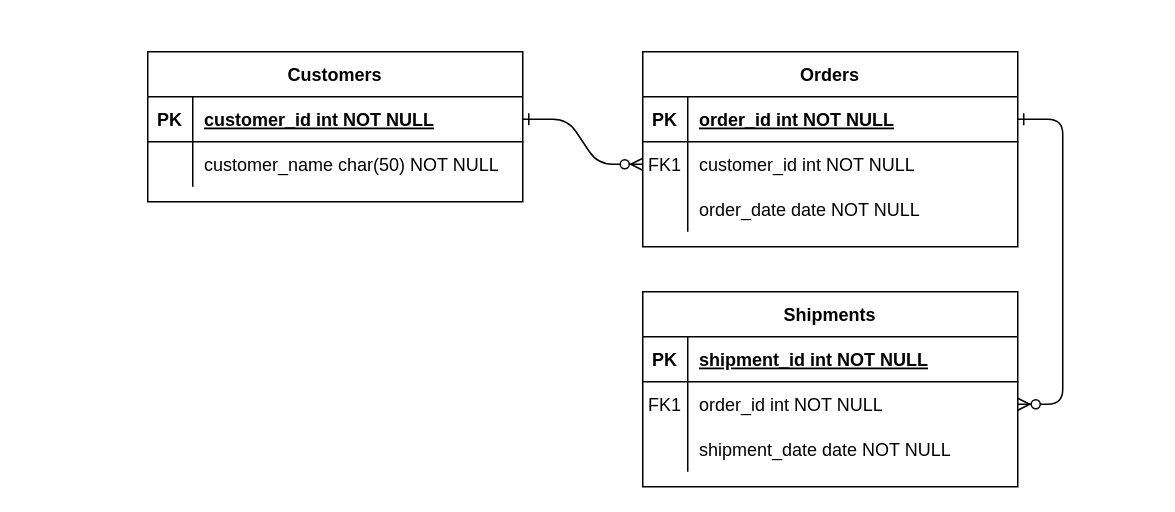
Above: MER Tipificaciones.drawio in nonate/personalProject (draw.io), before the change. Source tidied: cells renumbered, new cells numbered last; positions are measured from the earlier drawing's top-left corner, leaving out a move shared by most shapes. Both pictures are drawn from the tidied source at 150%, with x=0, y=0 at pixel (147, 51).
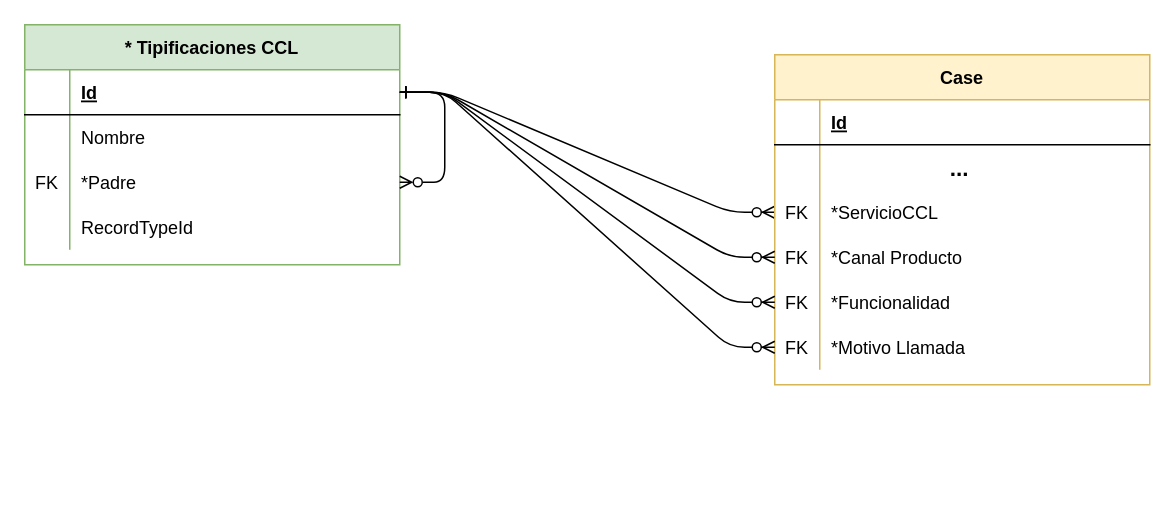
Above is the later version.

Unchanged cells that the change refers to:
```xml
<mxCell id="5" style="shape=partialRectangle;fillColor=none;points=[[0,0.5],[1,0.5]];portConstraint=eastwest;top=0;left=0;right=0;bottom=1;" parent="4" vertex="1">
  <mxGeometry y="30" width="250" height="30" as="geometry" />
</mxCell>
<mxCell id="8" style="shape=partialRectangle;fillColor=none;points=[[0,0.5],[1,0.5]];portConstraint=eastwest;top=0;left=0;right=0;bottom=0;" parent="4" vertex="1">
  <mxGeometry y="60" width="250" height="30" as="geometry" />
</mxCell>
<mxCell id="11" style="shape=partialRectangle;fillColor=none;points=[[0,0.5],[1,0.5]];portConstraint=eastwest;top=0;left=0;right=0;bottom=0;" parent="4" vertex="1">
  <mxGeometry y="90" width="250" height="30" as="geometry" />
</mxCell>
<mxCell id="25" style="shape=partialRectangle;fillColor=none;points=[[0,0.5],[1,0.5]];portConstraint=eastwest;top=0;left=0;right=0;bottom=1;" parent="24" vertex="1">
  <mxGeometry y="30" width="250" height="30" as="geometry" />
</mxCell>
<mxCell id="28" style="shape=partialRectangle;fillColor=none;top=0;left=0;right=0;bottom=0;" parent="24" vertex="1">
  <mxGeometry y="60" width="250" height="30" as="geometry" />
</mxCell>
```

What changed in the source:
```diff
@@
-    <mxCell id="2" style="edgeStyle=entityRelationEdgeStyle;endArrow=ERzeroToMany;startArrow=ERone;endFill=1;startFill=0;" parent="1" edge="1" source="25" target="8">
+    <mxCell id="2" style="edgeStyle=entityRelationEdgeStyle;endArrow=ERzeroToMany;startArrow=ERone;endFill=1;startFill=0;entryX=0;entryY=0.5;entryDx=0;entryDy=0;" parent="1" edge="1" source="25" target="11">
       <mxGeometry relative="1" as="geometry" />
     </mxCell>
-    <mxCell id="3" style="edgeStyle=entityRelationEdgeStyle;endArrow=ERzeroToMany;startArrow=ERone;endFill=1;startFill=0;" parent="1" edge="1" source="5" target="18">
-      <mxGeometry relative="1" as="geometry" />
-    </mxCell>
-    <mxCell id="4" value="Orders" style="shape=table;startSize=30;childLayout=tableLayout;rowLines=0;fontStyle=1;align=center;" parent="1" vertex="1">
-      <mxGeometry x="330" width="250" height="130" as="geometry" />
+    <mxCell id="4" value="Case" style="shape=table;startSize=30;childLayout=tableLayout;rowLines=0;fontStyle=1;align=center;fillColor=#fff2cc;strokeColor=#d6b656;" parent="1" vertex="1">
+      <mxGeometry x="418" y="2" width="250" height="220" as="geometry" />
     </mxCell>
@@
-    <mxCell id="6" value="PK" style="shape=partialRectangle;overflow=hidden;fillColor=none;top=0;left=0;bottom=0;right=0;fontStyle=1;" parent="5" vertex="1">
+    <mxCell id="6" style="shape=partialRectangle;overflow=hidden;fillColor=none;top=0;left=0;bottom=0;right=0;fontStyle=1;" parent="5" vertex="1">
       <mxGeometry width="30" height="30" as="geometry" />
     </mxCell>
-    <mxCell id="7" value="order_id int NOT NULL " style="shape=partialRectangle;overflow=hidden;fillColor=none;top=0;left=0;bottom=0;right=0;align=left;spacingLeft=6;fontStyle=5;" parent="5" vertex="1">
+    <mxCell id="7" value="Id" style="shape=partialRectangle;overflow=hidden;fillColor=none;top=0;left=0;bottom=0;right=0;align=left;spacingLeft=6;fontStyle=5;" parent="5" vertex="1">
       <mxGeometry x="30" width="220" height="30" as="geometry" />
     </mxCell>
@@
-    <mxCell id="9" value="FK1" style="shape=partialRectangle;overflow=hidden;fillColor=none;top=0;left=0;bottom=0;right=0;" parent="8" vertex="1">
+    <mxCell id="9" style="shape=partialRectangle;overflow=hidden;fillColor=none;top=0;left=0;bottom=0;right=0;" parent="8" vertex="1">
       <mxGeometry width="30" height="30" as="geometry" />
     </mxCell>
-    <mxCell id="10" value="customer_id int NOT NULL" style="shape=partialRectangle;overflow=hidden;fillColor=none;top=0;left=0;bottom=0;right=0;align=left;spacingLeft=6;" parent="8" vertex="1">
+    <mxCell id="10" value="                   ..." style="shape=partialRectangle;overflow=hidden;fillColor=none;top=0;left=0;bottom=0;right=0;align=left;spacingLeft=6;fontStyle=1;fontSize=15;" parent="8" vertex="1">
       <mxGeometry x="30" width="220" height="30" as="geometry" />
     </mxCell>
@@
-    <mxCell id="12" style="shape=partialRectangle;overflow=hidden;fillColor=none;top=0;left=0;bottom=0;right=0;" parent="11" vertex="1">
+    <mxCell id="12" value="FK" style="shape=partialRectangle;overflow=hidden;fillColor=none;top=0;left=0;bottom=0;right=0;" parent="11" vertex="1">
       <mxGeometry width="30" height="30" as="geometry" />
     </mxCell>
-    <mxCell id="13" value="order_date date NOT NULL" style="shape=partialRectangle;overflow=hidden;fillColor=none;top=0;left=0;bottom=0;right=0;align=left;spacingLeft=6;" parent="11" vertex="1">
+    <mxCell id="13" value="*ServicioCCL" style="shape=partialRectangle;overflow=hidden;fillColor=none;top=0;left=0;bottom=0;right=0;align=left;spacingLeft=6;" parent="11" vertex="1">
       <mxGeometry x="30" width="220" height="30" as="geometry" />
     </mxCell>
-    <mxCell id="14" value="Shipments" style="shape=table;startSize=30;childLayout=tableLayout;rowLines=0;fontStyle=1;align=center;" parent="1" vertex="1">
-      <mxGeometry x="330" y="160" width="250" height="130" as="geometry" />
-    </mxCell>
-    <mxCell id="15" style="shape=partialRectangle;fillColor=none;top=0;left=0;right=0;bottom=1;" parent="14" vertex="1">
-      <mxGeometry y="30" width="250" height="30" as="geometry" />
-    </mxCell>
-    <mxCell id="16" value="PK" style="shape=partialRectangle;overflow=hidden;fillColor=none;top=0;left=0;bottom=0;right=0;fontStyle=1;" parent="15" vertex="1">
-      <mxGeometry width="30" height="30" as="geometry" />
-    </mxCell>
-    <mxCell id="17" value="shipment_id int NOT NULL " style="shape=partialRectangle;overflow=hidden;fillColor=none;top=0;left=0;bottom=0;right=0;align=left;spacingLeft=6;fontStyle=5;" parent="15" vertex="1">
-      <mxGeometry x="30" width="220" height="30" as="geometry" />
-    </mxCell>
-    <mxCell id="18" style="shape=partialRectangle;fillColor=none;points=[[0,0.5],[1,0.5]];portConstraint=eastwest;top=0;left=0;right=0;bottom=0;" parent="14" vertex="1">
-      <mxGeometry y="60" width="250" height="30" as="geometry" />
-    </mxCell>
-    <mxCell id="19" value="FK1" style="shape=partialRectangle;overflow=hidden;fillColor=none;top=0;left=0;bottom=0;right=0;" parent="18" vertex="1">
-      <mxGeometry width="30" height="30" as="geometry" />
-    </mxCell>
-    <mxCell id="20" value="order_id int NOT NULL" style="shape=partialRectangle;overflow=hidden;fillColor=none;top=0;left=0;bottom=0;right=0;align=left;spacingLeft=6;" parent="18" vertex="1">
-      <mxGeometry x="30" width="220" height="30" as="geometry" />
-    </mxCell>
-    <mxCell id="21" style="shape=partialRectangle;fillColor=none;points=[[0,0.5],[1,0.5]];portConstraint=eastwest;top=0;left=0;right=0;bottom=0;" parent="14" vertex="1">
-      <mxGeometry y="90" width="250" height="30" as="geometry" />
-    </mxCell>
-    <mxCell id="22" style="shape=partialRectangle;overflow=hidden;fillColor=none;top=0;left=0;bottom=0;right=0;" parent="21" vertex="1">
-      <mxGeometry width="30" height="30" as="geometry" />
-    </mxCell>
-    <mxCell id="23" value="shipment_date date NOT NULL" style="shape=partialRectangle;overflow=hidden;fillColor=none;top=0;left=0;bottom=0;right=0;align=left;spacingLeft=6;" parent="21" vertex="1">
-      <mxGeometry x="30" width="220" height="30" as="geometry" />
-    </mxCell>
+    <mxCell id="31" style="shape=partialRectangle;fillColor=none;points=[[0,0.5],[1,0.5]];portConstraint=eastwest;top=0;left=0;right=0;bottom=0;" parent="4" vertex="1">
+      <mxGeometry y="120" width="250" height="30" as="geometry" />
+    </mxCell>
+    <mxCell id="32" value="FK" style="shape=partialRectangle;overflow=hidden;fillColor=none;top=0;left=0;bottom=0;right=0;" parent="31" vertex="1">
+      <mxGeometry width="30" height="30" as="geometry" />
+    </mxCell>
+    <mxCell id="33" value="*Canal Producto" style="shape=partialRectangle;overflow=hidden;fillColor=none;top=0;left=0;bottom=0;right=0;align=left;spacingLeft=6;" parent="31" vertex="1">
+      <mxGeometry x="30" width="220" height="30" as="geometry" />
+    </mxCell>
+    <mxCell id="34" style="shape=partialRectangle;fillColor=none;points=[[0,0.5],[1,0.5]];portConstraint=eastwest;top=0;left=0;right=0;bottom=0;" parent="4" vertex="1">
+      <mxGeometry y="150" width="250" height="30" as="geometry" />
+    </mxCell>
+    <mxCell id="35" value="FK" style="shape=partialRectangle;overflow=hidden;fillColor=none;top=0;left=0;bottom=0;right=0;" parent="34" vertex="1">
+      <mxGeometry width="30" height="30" as="geometry" />
+    </mxCell>
+    <mxCell id="36" value="*Funcionalidad" style="shape=partialRectangle;overflow=hidden;fillColor=none;top=0;left=0;bottom=0;right=0;align=left;spacingLeft=6;" parent="34" vertex="1">
+      <mxGeometry x="30" width="220" height="30" as="geometry" />
+    </mxCell>
+    <mxCell id="37" style="shape=partialRectangle;fillColor=none;points=[[0,0.5],[1,0.5]];portConstraint=eastwest;top=0;left=0;right=0;bottom=0;" parent="4" vertex="1">
+      <mxGeometry y="180" width="250" height="30" as="geometry" />
+    </mxCell>
+    <mxCell id="38" value="FK" style="shape=partialRectangle;overflow=hidden;fillColor=none;top=0;left=0;bottom=0;right=0;" parent="37" vertex="1">
+      <mxGeometry width="30" height="30" as="geometry" />
+    </mxCell>
+    <mxCell id="39" value="*Motivo Llamada" style="shape=partialRectangle;overflow=hidden;fillColor=none;top=0;left=0;bottom=0;right=0;align=left;spacingLeft=6;" parent="37" vertex="1">
+      <mxGeometry x="30" width="220" height="30" as="geometry" />
+    </mxCell>
-    <mxCell id="24" value="Customers" style="shape=table;startSize=30;childLayout=tableLayout;rowLines=0;fontStyle=1;align=center;" parent="1" vertex="1">
-      <mxGeometry width="250" height="100" as="geometry" />
+    <mxCell id="24" value="* Tipificaciones CCL" style="shape=table;startSize=30;childLayout=tableLayout;rowLines=0;fontStyle=1;align=center;fillColor=#d5e8d4;strokeColor=#82b366;" parent="1" vertex="1">
+      <mxGeometry x="-82" y="-18" width="250" height="160" as="geometry" />
     </mxCell>
@@
-    <mxCell id="26" value="PK" style="shape=partialRectangle;overflow=hidden;fillColor=none;top=0;left=0;bottom=0;right=0;fontStyle=1;" parent="25" vertex="1">
+    <mxCell id="26" style="shape=partialRectangle;overflow=hidden;fillColor=none;top=0;left=0;bottom=0;right=0;fontStyle=1;" parent="25" vertex="1">
       <mxGeometry width="30" height="30" as="geometry" />
     </mxCell>
-    <mxCell id="27" value="customer_id int NOT NULL " style="shape=partialRectangle;overflow=hidden;fillColor=none;top=0;left=0;bottom=0;right=0;align=left;spacingLeft=6;fontStyle=5;" parent="25" vertex="1">
+    <mxCell id="27" value="Id" style="shape=partialRectangle;overflow=hidden;fillColor=none;top=0;left=0;bottom=0;right=0;align=left;spacingLeft=6;fontStyle=5;" parent="25" vertex="1">
       <mxGeometry x="30" width="220" height="30" as="geometry" />
     </mxCell>
@@
-    <mxCell id="30" value="customer_name char(50) NOT NULL" style="shape=partialRectangle;overflow=hidden;fillColor=none;top=0;left=0;bottom=0;right=0;align=left;spacingLeft=6;" parent="28" vertex="1">
+    <mxCell id="30" value="Nombre" style="shape=partialRectangle;overflow=hidden;fillColor=none;top=0;left=0;bottom=0;right=0;align=left;spacingLeft=6;" parent="28" vertex="1">
       <mxGeometry x="30" width="220" height="30" as="geometry" />
     </mxCell>
+    <mxCell id="21" style="shape=partialRectangle;fillColor=none;points=[[0,0.5],[1,0.5]];portConstraint=eastwest;top=0;left=0;right=0;bottom=0;" parent="24" vertex="1">
+      <mxGeometry y="90" width="250" height="30" as="geometry" />
+    </mxCell>
+    <mxCell id="40" value="FK" style="shape=partialRectangle;overflow=hidden;fillColor=none;top=0;left=0;bottom=0;right=0;" parent="21" vertex="1">
+      <mxGeometry width="30" height="30" as="geometry" />
+    </mxCell>
+    <mxCell id="41" value="*Padre" style="shape=partialRectangle;overflow=hidden;fillColor=none;top=0;left=0;bottom=0;right=0;align=left;spacingLeft=6;" parent="21" vertex="1">
+      <mxGeometry x="30" width="220" height="30" as="geometry" />
+    </mxCell>
+    <mxCell id="42" style="shape=partialRectangle;fillColor=none;top=0;left=0;right=0;bottom=0;" parent="24" vertex="1">
+      <mxGeometry y="120" width="250" height="30" as="geometry" />
+    </mxCell>
+    <mxCell id="22" style="shape=partialRectangle;overflow=hidden;fillColor=none;top=0;left=0;bottom=0;right=0;" parent="42" vertex="1">
+      <mxGeometry width="30" height="30" as="geometry" />
+    </mxCell>
+    <mxCell id="43" value="RecordTypeId" style="shape=partialRectangle;overflow=hidden;fillColor=none;top=0;left=0;bottom=0;right=0;align=left;spacingLeft=6;" parent="42" vertex="1">
+      <mxGeometry x="30" width="220" height="30" as="geometry" />
+    </mxCell>
+    <mxCell id="44" style="edgeStyle=entityRelationEdgeStyle;endArrow=ERzeroToMany;startArrow=ERone;endFill=0;startFill=0;exitX=1;exitY=0.5;exitDx=0;exitDy=0;entryX=1;entryY=0.5;entryDx=0;entryDy=0;" parent="24" edge="1" source="25" target="21">
+      <mxGeometry relative="1" as="geometry">
+        <Array as="points">
+          <mxPoint x="60" y="510" />
+          <mxPoint x="270" y="590" />
+          <mxPoint x="370" y="238" />
+          <mxPoint x="180" y="500" />
+          <mxPoint x="350" y="220" />
+          <mxPoint x="-120" y="500" />
+          <mxPoint x="170" y="500" />
+          <mxPoint x="170" y="540" />
+          <mxPoint x="-80" y="420" />
+        </Array>
+      </mxGeometry>
+    </mxCell>
+    <mxCell id="45" style="edgeStyle=entityRelationEdgeStyle;endArrow=ERzeroToMany;startArrow=ERone;endFill=1;startFill=0;entryX=0;entryY=0.5;entryDx=0;entryDy=0;exitX=1;exitY=0.5;exitDx=0;exitDy=0;" parent="1" edge="1" source="25" target="31">
+      <mxGeometry relative="1" as="geometry" />
+    </mxCell>
+    <mxCell id="46" style="edgeStyle=entityRelationEdgeStyle;endArrow=ERzeroToMany;startArrow=ERone;endFill=1;startFill=0;entryX=0;entryY=0.5;entryDx=0;entryDy=0;exitX=1;exitY=0.5;exitDx=0;exitDy=0;" parent="1" edge="1" source="25" target="34">
+      <mxGeometry relative="1" as="geometry" />
+    </mxCell>
+    <mxCell id="47" style="edgeStyle=entityRelationEdgeStyle;endArrow=ERzeroToMany;startArrow=ERone;endFill=1;startFill=0;entryX=0;entryY=0.5;entryDx=0;entryDy=0;exitX=1;exitY=0.5;exitDx=0;exitDy=0;" parent="1" edge="1" source="25" target="37">
+      <mxGeometry relative="1" as="geometry" />
+    </mxCell>
```
